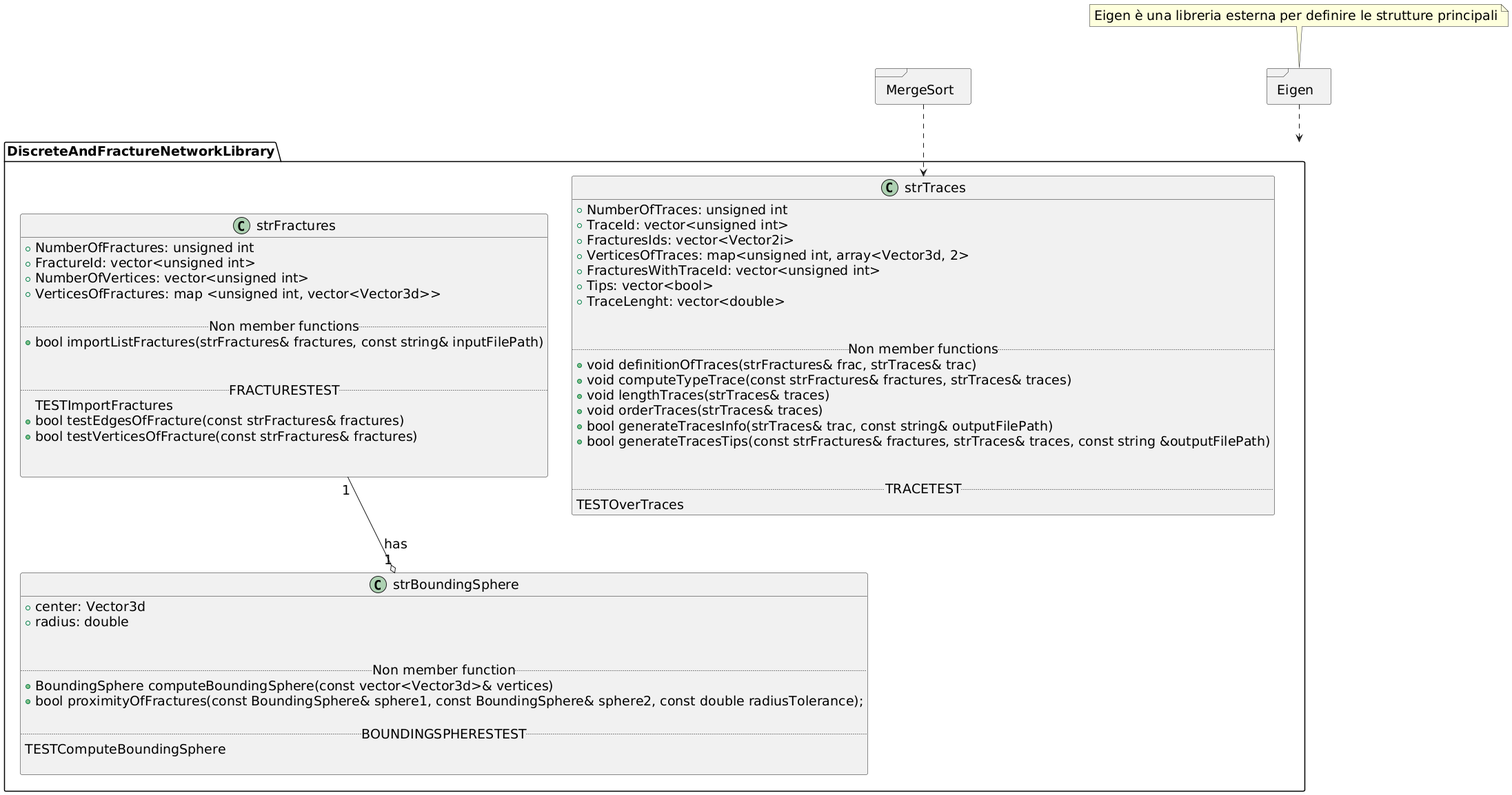
This is Documentazione/Documentazione_UML.png from AlessiaMaina/CONSEGNA_PROGETTO_PCS2024, a PlantUML export, as it was before one commit.
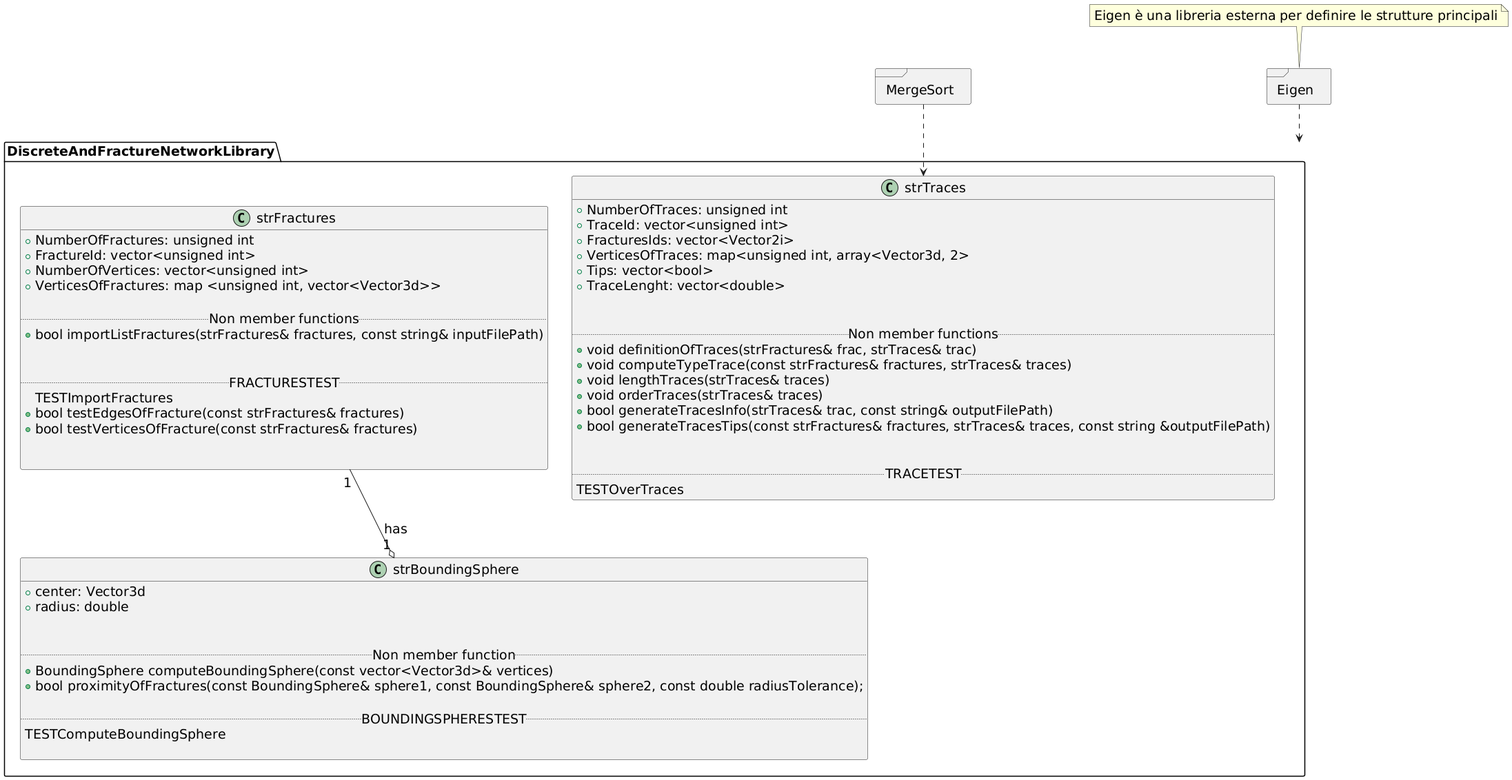
After the change.

Change to the diagram source:
```diff
@@ -48,7 +48,6 @@
 + TraceId: vector<unsigned int>
 + FracturesIds: vector<Vector2i>
 + VerticesOfTraces: map<unsigned int, array<Vector3d, 2>
-+ FracturesWithTraceId: vector<unsigned int>
 + Tips: vector<bool>
 + TraceLenght: vector<double>
 
```
